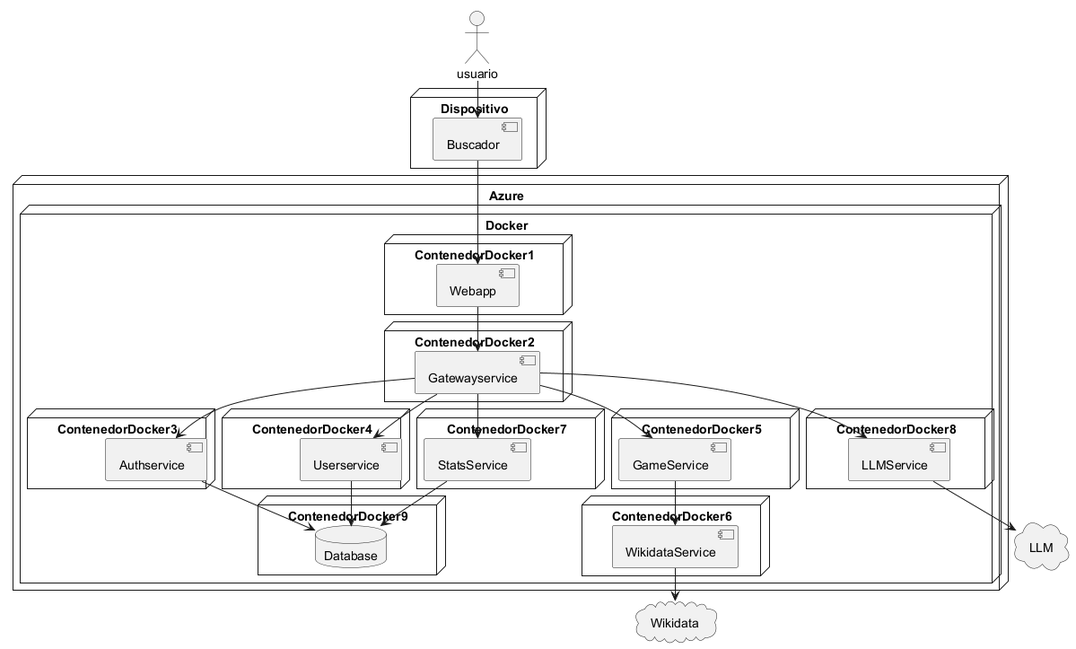
This is images/arquitectura.png from Arquisoft/wichat_es5b, a PlantUML export, as it was before one commit.
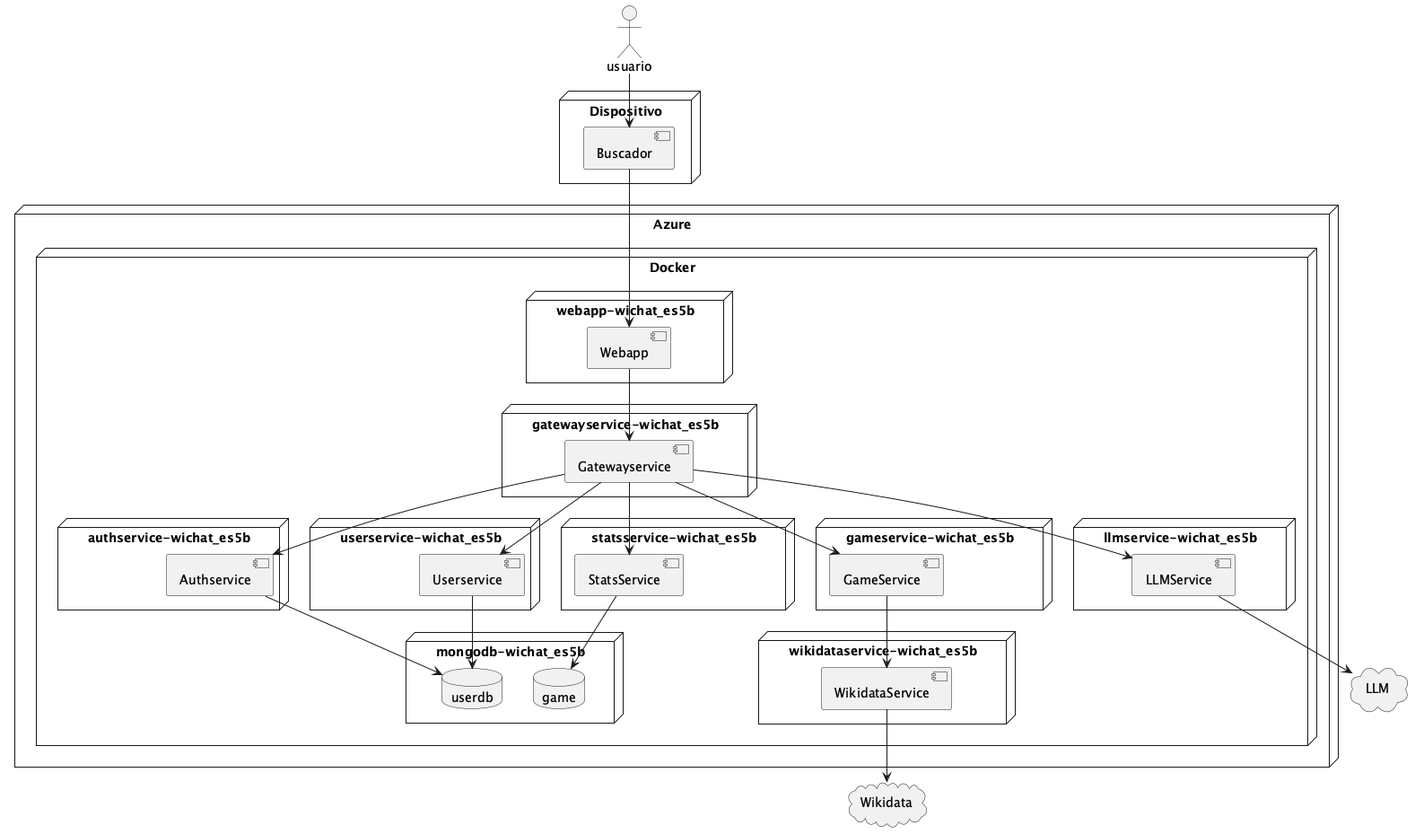
The same file after the commit.

The edit, as a diff of the source:
```diff
@@ -9,40 +9,41 @@
 
 node Azure{
     node Docker{
-        node ContenedorDocker1{
+        node webapp-wichat_es5b{
             [Webapp] as webapp
         }
 
-        node ContenedorDocker2{
+        node gatewayservice-wichat_es5b{
             [Gatewayservice] as gateway
         }
 
-        node ContenedorDocker3{
+        node authservice-wichat_es5b{
             [Authservice] as authservice
         }
 
-        node ContenedorDocker4{
+        node userservice-wichat_es5b{
             [Userservice] as userservice
         }
 
-        node ContenedorDocker5{
+        node gameservice-wichat_es5b{
             [GameService] as gameservice
         }
 
-        node ContenedorDocker6{
+        node wikidataservice-wichat_es5b{
             [WikidataService] as wikidataservice
         }
 
-        node ContenedorDocker7{
+        node statsservice-wichat_es5b{
             [StatsService] as statsservice
         }
 
-        node ContenedorDocker8{
+        node llmservice-wichat_es5b{
             [LLMService] as llmservice
         }
 
-        node ContenedorDocker9{
-            database "Database" as database
+        node mongodb-wichat_es5b{
+            database "userdb" as userdb
+            database "game" as game
         }
 
     }
@@ -61,9 +62,9 @@
 gateway --> gameservice
 gameservice --> wikidataservice
 wikidataservice --> "Wikidata"
-userservice --> database
-authservice --> database
+userservice --> userdb
+authservice --> userdb
 gateway --> statsservice
-statsservice --> database
+statsservice --> game
 
 @enduml
```
